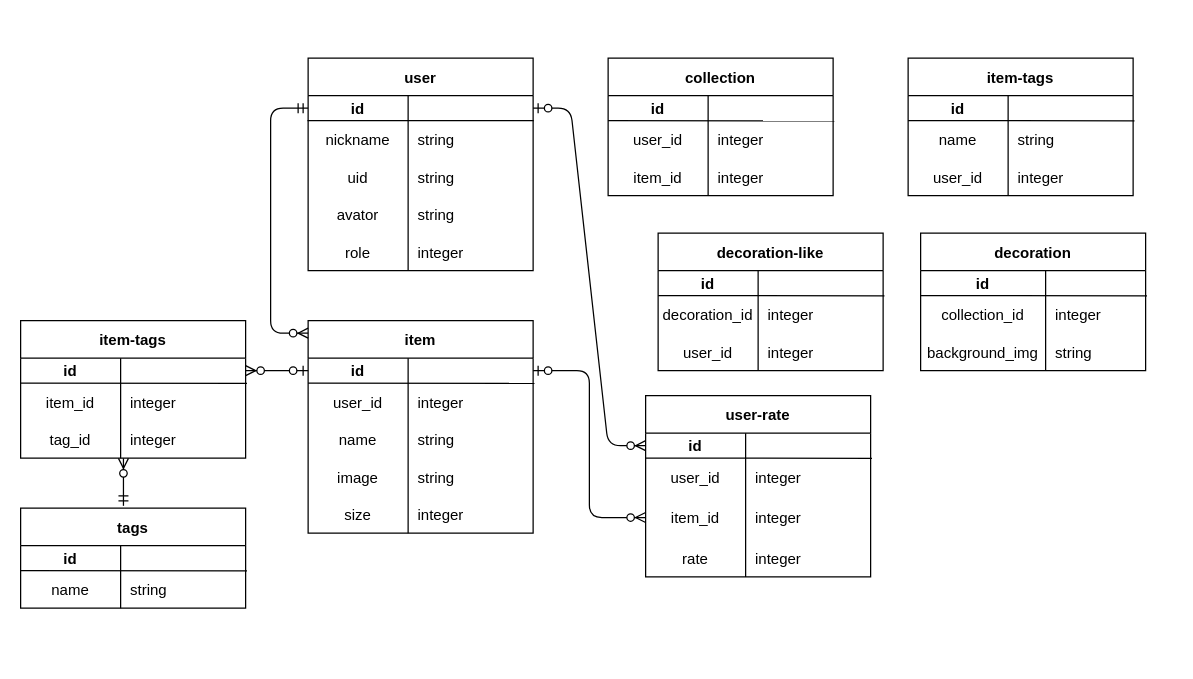
Above: pf.dio in MIDO-ruby7/boozefolio (draw.io), before the change. Source tidied: cells renumbered, new cells numbered last; positions are measured from the earlier drawing's top-left corner, leaving out a move shared by most shapes. Both pictures are drawn from the tidied source at 125%, with x=0, y=0 at pixel (20, 58).
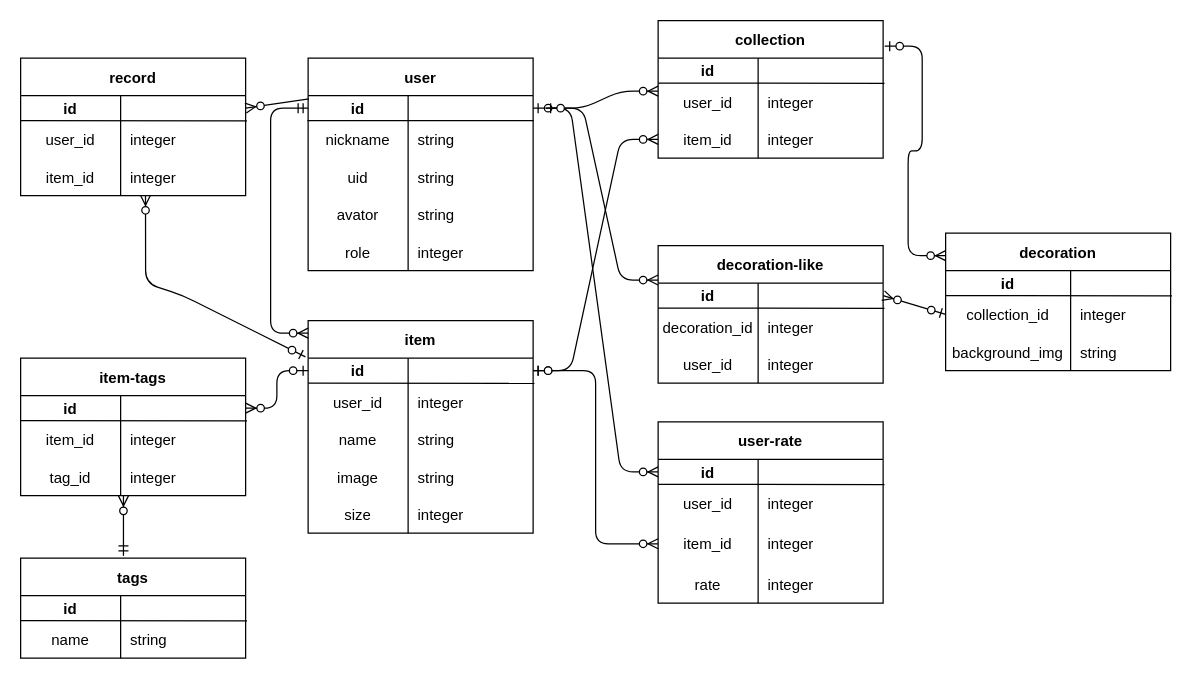
The same page after the edit.

Commit message:
FIX:技術面談後修正,リレーションの追加 recordモデル追加

Unchanged cells that the change refers to:
```xml
<mxCell id="3" style="shape=tableRow;horizontal=0;startSize=0;swimlaneHead=0;swimlaneBody=0;fillColor=none;points=[[0,0.5],[1,0.5]];portConstraint=eastwest;top=0;left=0;right=0;bottom=1;" parent="2" vertex="1">
  <mxGeometry y="30" width="180" height="20" as="geometry" />
</mxCell>
<mxCell id="19" style="shape=tableRow;horizontal=0;startSize=0;swimlaneHead=0;swimlaneBody=0;fillColor=none;points=[[0,0.5],[1,0.5]];portConstraint=eastwest;top=0;left=0;right=0;bottom=0;" parent="18" vertex="1">
  <mxGeometry y="30" width="180" height="20" as="geometry" />
</mxCell>
<mxCell id="39" style="shape=tableRow;horizontal=0;startSize=0;swimlaneHead=0;swimlaneBody=0;fillColor=none;points=[[0,0.5],[1,0.5]];portConstraint=eastwest;top=0;left=0;right=0;bottom=0;" parent="35" vertex="1">
  <mxGeometry y="50" width="180" height="30" as="geometry" />
</mxCell>
<mxCell id="42" style="shape=tableRow;horizontal=0;startSize=0;swimlaneHead=0;swimlaneBody=0;fillColor=none;points=[[0,0.5],[1,0.5]];portConstraint=eastwest;top=0;left=0;right=0;bottom=0;" parent="35" vertex="1">
  <mxGeometry y="80" width="180" height="30" as="geometry" />
</mxCell>
<mxCell id="50" style="shape=tableRow;horizontal=0;startSize=0;swimlaneHead=0;swimlaneBody=0;fillColor=none;points=[[0,0.5],[1,0.5]];portConstraint=eastwest;top=0;left=0;right=0;bottom=0;" parent="46" vertex="1">
  <mxGeometry y="50" width="180" height="30" as="geometry" />
</mxCell>
<mxCell id="107" style="shape=tableRow;horizontal=0;startSize=0;swimlaneHead=0;swimlaneBody=0;fillColor=none;points=[[0,0.5],[1,0.5]];portConstraint=eastwest;top=0;left=0;right=0;bottom=0;" parent="106" vertex="1">
  <mxGeometry y="30" width="180" height="20" as="geometry" />
</mxCell>
```

The edit, as a diff of the source:
```diff
@@
     <mxCell id="35" value="collection" style="shape=table;startSize=30;childLayout=tableLayout;rowLines=0;fontStyle=1;align=center;" parent="1" vertex="1">
-      <mxGeometry x="470" width="180" height="110" as="geometry" />
+      <mxGeometry x="510" y="-30" width="180" height="110" as="geometry" />
     </mxCell>
@@
     <mxCell id="46" value="decoration" style="shape=table;startSize=30;childLayout=tableLayout;rowLines=0;fontStyle=1;align=center;" parent="1" vertex="1">
-      <mxGeometry x="720" y="140" width="180" height="110" as="geometry" />
+      <mxGeometry x="740" y="140" width="180" height="110" as="geometry" />
     </mxCell>
@@
     <mxCell id="57" value="tags" style="shape=table;startSize=30;childLayout=tableLayout;rowLines=0;fontStyle=1;align=center;" parent="1" vertex="1">
-      <mxGeometry y="360" width="180" height="80" as="geometry" />
+      <mxGeometry y="400" width="180" height="80" as="geometry" />
     </mxCell>
@@
     <mxCell id="65" value="item-tags" style="shape=table;startSize=30;childLayout=tableLayout;rowLines=0;fontStyle=1;align=center;" parent="1" vertex="1">
-      <mxGeometry y="210" width="180" height="110" as="geometry" />
+      <mxGeometry y="240" width="180" height="110" as="geometry" />
     </mxCell>
@@
     <mxCell id="76" value="user-rate" style="shape=table;startSize=30;childLayout=tableLayout;rowLines=0;fontStyle=1;align=center;" parent="1" vertex="1">
-      <mxGeometry x="500" y="270" width="180" height="145" as="geometry" />
+      <mxGeometry x="510" y="291" width="180" height="145" as="geometry" />
     </mxCell>
@@
-    <mxCell id="90" value="item-tags" style="shape=table;startSize=30;childLayout=tableLayout;rowLines=0;fontStyle=1;align=center;" parent="1" vertex="1">
-      <mxGeometry x="710" width="180" height="110" as="geometry" />
-    </mxCell>
-    <mxCell id="91" style="shape=tableRow;horizontal=0;startSize=0;swimlaneHead=0;swimlaneBody=0;fillColor=none;points=[[0,0.5],[1,0.5]];portConstraint=eastwest;top=0;left=0;right=0;bottom=0;" parent="90" vertex="1">
-      <mxGeometry y="30" width="180" height="20" as="geometry" />
-    </mxCell>
-    <mxCell id="92" value="id" style="shape=partialRectangle;fillColor=none;top=0;left=0;bottom=0;right=0;fontStyle=1;overflow=hidden;strokeColor=#FFFFFF;" parent="91" vertex="1">
-      <mxGeometry width="80" height="20" as="geometry" />
-    </mxCell>
-    <mxCell id="93" style="shape=partialRectangle;fillColor=none;top=0;left=0;bottom=0;right=0;align=left;spacingLeft=6;fontStyle=5;overflow=hidden;strokeColor=#FFFFFF;" parent="91" vertex="1">
-      <mxGeometry x="80" width="100" height="20" as="geometry" />
-    </mxCell>
-    <mxCell id="94" style="shape=tableRow;horizontal=0;startSize=0;swimlaneHead=0;swimlaneBody=0;fillColor=none;points=[[0,0.5],[1,0.5]];portConstraint=eastwest;top=0;left=0;right=0;bottom=0;" parent="90" vertex="1">
-      <mxGeometry y="50" width="180" height="30" as="geometry" />
-    </mxCell>
-    <mxCell id="95" value="name" style="shape=partialRectangle;fillColor=none;top=0;left=0;bottom=0;right=0;overflow=hidden;strokeColor=#F0F0F0;" parent="94" vertex="1">
-      <mxGeometry width="80" height="30" as="geometry" />
-    </mxCell>
-    <mxCell id="96" value="string" style="shape=partialRectangle;fillColor=none;top=0;left=0;bottom=0;right=0;align=left;spacingLeft=6;overflow=hidden;strokeColor=#F0F0F0;" parent="94" vertex="1">
-      <mxGeometry x="80" width="100" height="30" as="geometry" />
-    </mxCell>
-    <mxCell id="97" style="shape=tableRow;horizontal=0;startSize=0;swimlaneHead=0;swimlaneBody=0;fillColor=none;points=[[0,0.5],[1,0.5]];portConstraint=eastwest;top=0;left=0;right=0;bottom=0;" parent="90" vertex="1">
-      <mxGeometry y="80" width="180" height="30" as="geometry" />
-    </mxCell>
-    <mxCell id="98" value="user_id" style="shape=partialRectangle;fillColor=none;top=0;left=0;bottom=0;right=0;overflow=hidden;" parent="97" vertex="1">
-      <mxGeometry width="80" height="30" as="geometry" />
-    </mxCell>
-    <mxCell id="99" value="integer" style="shape=partialRectangle;fillColor=none;top=0;left=0;bottom=0;right=0;align=left;spacingLeft=6;overflow=hidden;" parent="97" vertex="1">
-      <mxGeometry x="80" width="100" height="30" as="geometry" />
-    </mxCell>
-    <mxCell id="100" style="endArrow=none;html=1;fontSize=8;entryX=1.006;entryY=0.006;entryDx=0;entryDy=0;entryPerimeter=0;" parent="90" edge="1" target="94">
-      <mxGeometry relative="1" as="geometry">
-        <mxPoint y="50" as="sourcePoint" />
-      </mxGeometry>
-    </mxCell>
@@
     <mxCell id="106" value="decoration-like" style="shape=table;startSize=30;childLayout=tableLayout;rowLines=0;fontStyle=1;align=center;" parent="1" vertex="1">
-      <mxGeometry x="510" y="140" width="180" height="110" as="geometry" />
+      <mxGeometry x="510" y="150" width="180" height="110" as="geometry" />
     </mxCell>
@@
+    <mxCell id="117" style="edgeStyle=entityRelationEdgeStyle;fontSize=12;html=1;endArrow=ERzeroToMany;endFill=1;entryX=0;entryY=0.214;entryDx=0;entryDy=0;entryPerimeter=0;" parent="1" edge="1" target="39">
+      <mxGeometry relative="1" as="geometry">
+        <mxPoint x="420" y="40" as="sourcePoint" />
+      </mxGeometry>
+    </mxCell>
+    <mxCell id="118" style="edgeStyle=entityRelationEdgeStyle;fontSize=12;html=1;endArrow=ERzeroToMany;startArrow=ERzeroToOne;entryX=0;entryY=0.5;entryDx=0;entryDy=0;" parent="1" edge="1" source="19" target="42">
+      <mxGeometry relative="1" as="geometry" />
+    </mxCell>
+    <mxCell id="119" style="edgeStyle=entityRelationEdgeStyle;fontSize=12;html=1;endArrow=ERzeroToMany;startArrow=ERzeroToOne;entryX=0;entryY=0.25;entryDx=0;entryDy=0;" parent="1" edge="1" target="106">
+      <mxGeometry relative="1" as="geometry">
+        <mxPoint x="420" y="40" as="sourcePoint" />
+      </mxGeometry>
+    </mxCell>
+    <mxCell id="120" style="edgeStyle=entityRelationEdgeStyle;fontSize=12;html=1;endArrow=ERzeroToMany;startArrow=ERzeroToOne;exitX=1.007;exitY=0.186;exitDx=0;exitDy=0;exitPerimeter=0;" parent="1" edge="1" source="35">
+      <mxGeometry relative="1" as="geometry">
+        <mxPoint x="740" y="158" as="targetPoint" />
+      </mxGeometry>
+    </mxCell>
+    <mxCell id="121" style="fontSize=12;html=1;endArrow=ERzeroToMany;startArrow=ERzeroToOne;exitX=0;exitY=0.5;exitDx=0;exitDy=0;entryX=1;entryY=0.5;entryDx=0;entryDy=0;" parent="1" edge="1" source="50" target="107">
+      <mxGeometry relative="1" as="geometry" />
+    </mxCell>
+    <mxCell id="122" value="record" style="shape=table;startSize=30;childLayout=tableLayout;rowLines=0;fontStyle=1;align=center;" parent="1" vertex="1">
+      <mxGeometry width="180" height="110" as="geometry" />
+    </mxCell>
+    <mxCell id="91" style="shape=tableRow;horizontal=0;startSize=0;swimlaneHead=0;swimlaneBody=0;fillColor=none;points=[[0,0.5],[1,0.5]];portConstraint=eastwest;top=0;left=0;right=0;bottom=0;" parent="122" vertex="1">
+      <mxGeometry y="30" width="180" height="20" as="geometry" />
+    </mxCell>
+    <mxCell id="92" value="id" style="shape=partialRectangle;fillColor=none;top=0;left=0;bottom=0;right=0;fontStyle=1;overflow=hidden;strokeColor=#FFFFFF;" parent="91" vertex="1">
+      <mxGeometry width="80" height="20" as="geometry" />
+    </mxCell>
+    <mxCell id="93" style="shape=partialRectangle;fillColor=none;top=0;left=0;bottom=0;right=0;align=left;spacingLeft=6;fontStyle=5;overflow=hidden;strokeColor=#FFFFFF;" parent="91" vertex="1">
+      <mxGeometry x="80" width="100" height="20" as="geometry" />
+    </mxCell>
+    <mxCell id="94" style="shape=tableRow;horizontal=0;startSize=0;swimlaneHead=0;swimlaneBody=0;fillColor=none;points=[[0,0.5],[1,0.5]];portConstraint=eastwest;top=0;left=0;right=0;bottom=0;" parent="122" vertex="1">
+      <mxGeometry y="50" width="180" height="30" as="geometry" />
+    </mxCell>
+    <mxCell id="98" value="user_id" style="shape=partialRectangle;fillColor=none;top=0;left=0;bottom=0;right=0;overflow=hidden;strokeColor=#F0F0F0;" parent="94" vertex="1">
+      <mxGeometry width="80" height="30" as="geometry" />
+    </mxCell>
+    <mxCell id="123" value="integer" style="shape=partialRectangle;fillColor=none;top=0;left=0;bottom=0;right=0;align=left;spacingLeft=6;overflow=hidden;strokeColor=#F0F0F0;" parent="94" vertex="1">
+      <mxGeometry x="80" width="100" height="30" as="geometry" />
+    </mxCell>
+    <mxCell id="97" style="shape=tableRow;horizontal=0;startSize=0;swimlaneHead=0;swimlaneBody=0;fillColor=none;points=[[0,0.5],[1,0.5]];portConstraint=eastwest;top=0;left=0;right=0;bottom=0;" parent="122" vertex="1">
+      <mxGeometry y="80" width="180" height="30" as="geometry" />
+    </mxCell>
+    <mxCell id="124" value="item_id" style="shape=partialRectangle;fillColor=none;top=0;left=0;bottom=0;right=0;overflow=hidden;" parent="97" vertex="1">
+      <mxGeometry width="80" height="30" as="geometry" />
+    </mxCell>
+    <mxCell id="99" value="integer" style="shape=partialRectangle;fillColor=none;top=0;left=0;bottom=0;right=0;align=left;spacingLeft=6;overflow=hidden;" parent="97" vertex="1">
+      <mxGeometry x="80" width="100" height="30" as="geometry" />
+    </mxCell>
+    <mxCell id="125" style="endArrow=none;html=1;fontSize=8;entryX=1.006;entryY=0.006;entryDx=0;entryDy=0;entryPerimeter=0;" parent="122" edge="1" target="94">
+      <mxGeometry relative="1" as="geometry">
+        <mxPoint y="50" as="sourcePoint" />
+      </mxGeometry>
+    </mxCell>
+    <mxCell id="126" style="fontSize=12;html=1;endArrow=ERzeroToMany;endFill=1;exitX=0.004;exitY=0.127;exitDx=0;exitDy=0;exitPerimeter=0;entryX=1;entryY=0.5;entryDx=0;entryDy=0;" parent="1" edge="1" source="3" target="91">
+      <mxGeometry relative="1" as="geometry" />
+    </mxCell>
+    <mxCell id="127" style="fontSize=12;html=1;endArrow=ERzeroToMany;startArrow=ERzeroToOne;exitX=-0.012;exitY=-0.051;exitDx=0;exitDy=0;entryX=0.555;entryY=0.99;entryDx=0;entryDy=0;entryPerimeter=0;exitPerimeter=0;" parent="1" edge="1" source="19" target="97">
+      <mxGeometry relative="1" as="geometry">
+        <Array as="points">
+          <mxPoint x="130" y="190" />
+          <mxPoint x="100" y="180" />
+        </Array>
+      </mxGeometry>
+    </mxCell>
```
